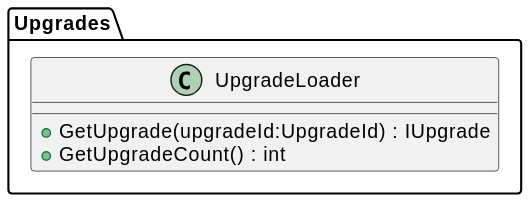
The PlantUML diagram plantuml/out/Upgrade/UpgradeLoader.svg in asterisk-cn/RougueShooter, before a commit.
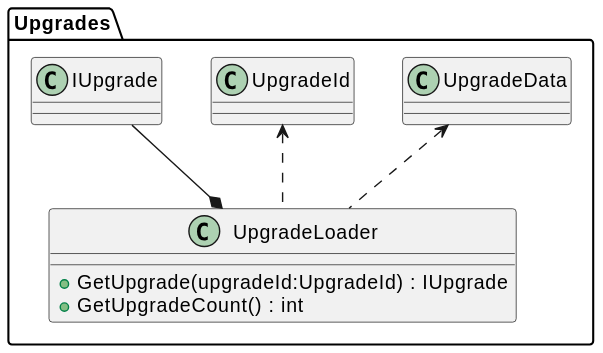
After the commit.

The edit, as a diff of the source:
```diff
@@ -5,4 +5,7 @@
     + GetUpgradeCount() : int
 }
 }
+Upgrades.IUpgrade --* Upgrades.UpgradeLoader
+Upgrades.UpgradeId <.. Upgrades.UpgradeLoader
+Upgrades.UpgradeData <.. Upgrades.UpgradeLoader
 @enduml
```
